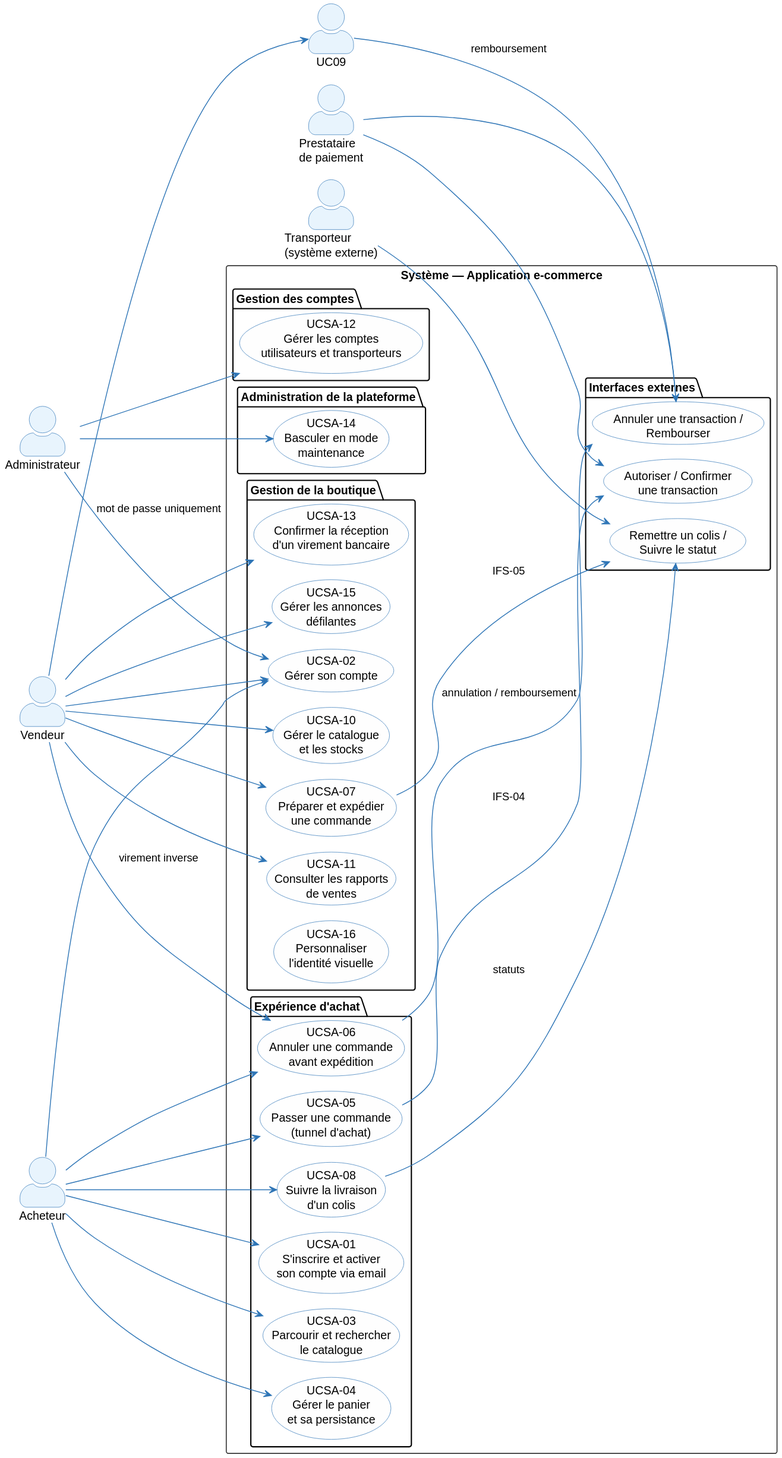
louistalvande/online_shop keeps this PlantUML diagram as architecture/02-system-analysis/diagrams/sa-use-case.svg. Above is the earlier version.
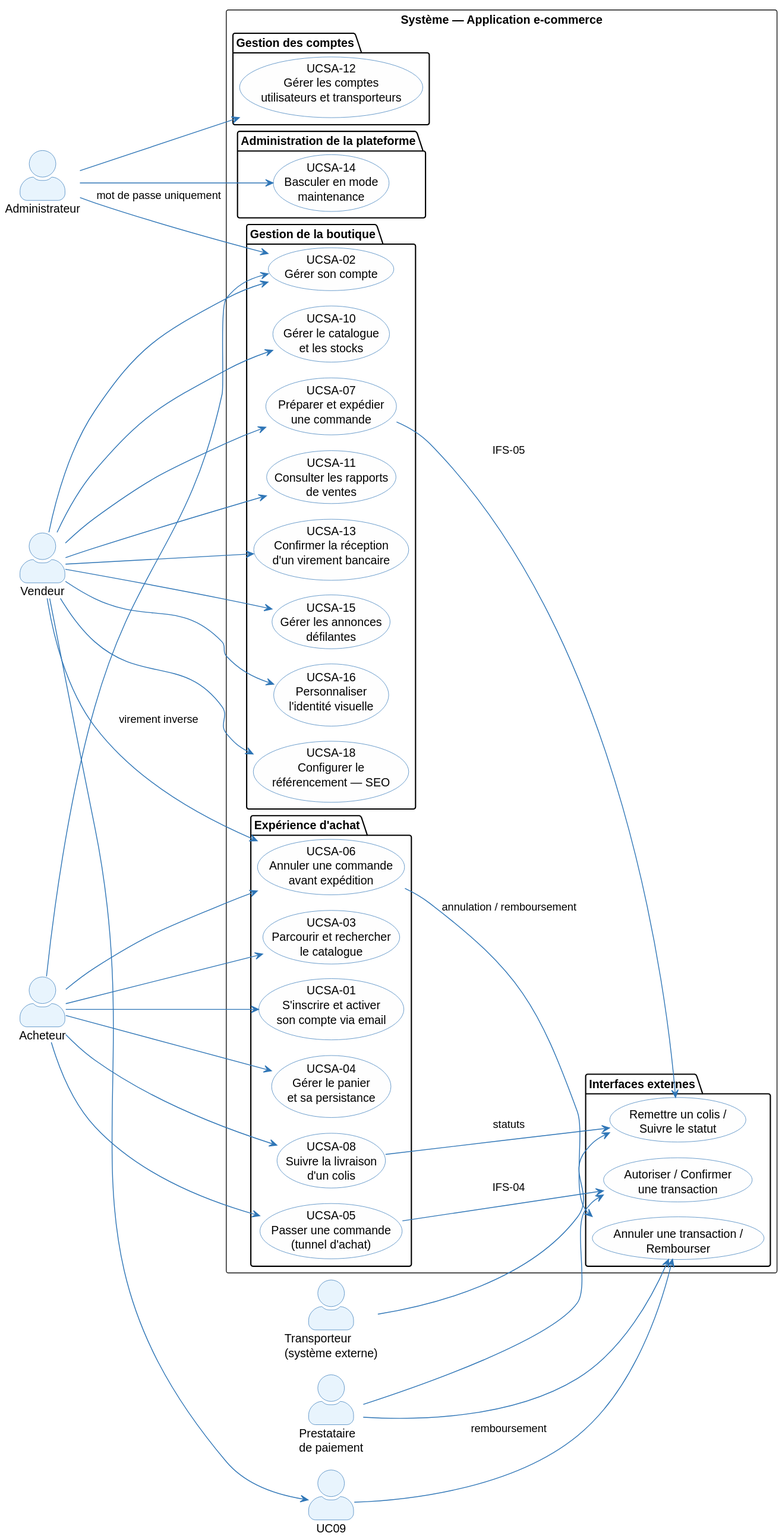
After the commit.

Diff of the diagram source:
```diff
@@ -37,6 +37,7 @@
     usecase (UCSA-13\nConfirmer la réception\nd'un virement bancaire) as UC13
     usecase (UCSA-15\nGérer les annonces\ndéfilantes) as UC15
     usecase (UCSA-16\nPersonnaliser\nl'identité visuelle) as UC16
+    usecase (UCSA-18\nConfigurer le\nréférencement — SEO) as UC18
   }
 
   package "Expérience d'achat" {
@@ -66,6 +67,8 @@
 Vendor --> UC11
 Vendor --> UC13
 Vendor --> UC15
+Vendor --> UC16
+Vendor --> UC18
 Vendor --> UC06 : virement inverse
 
 Buyer --> UC01
```
